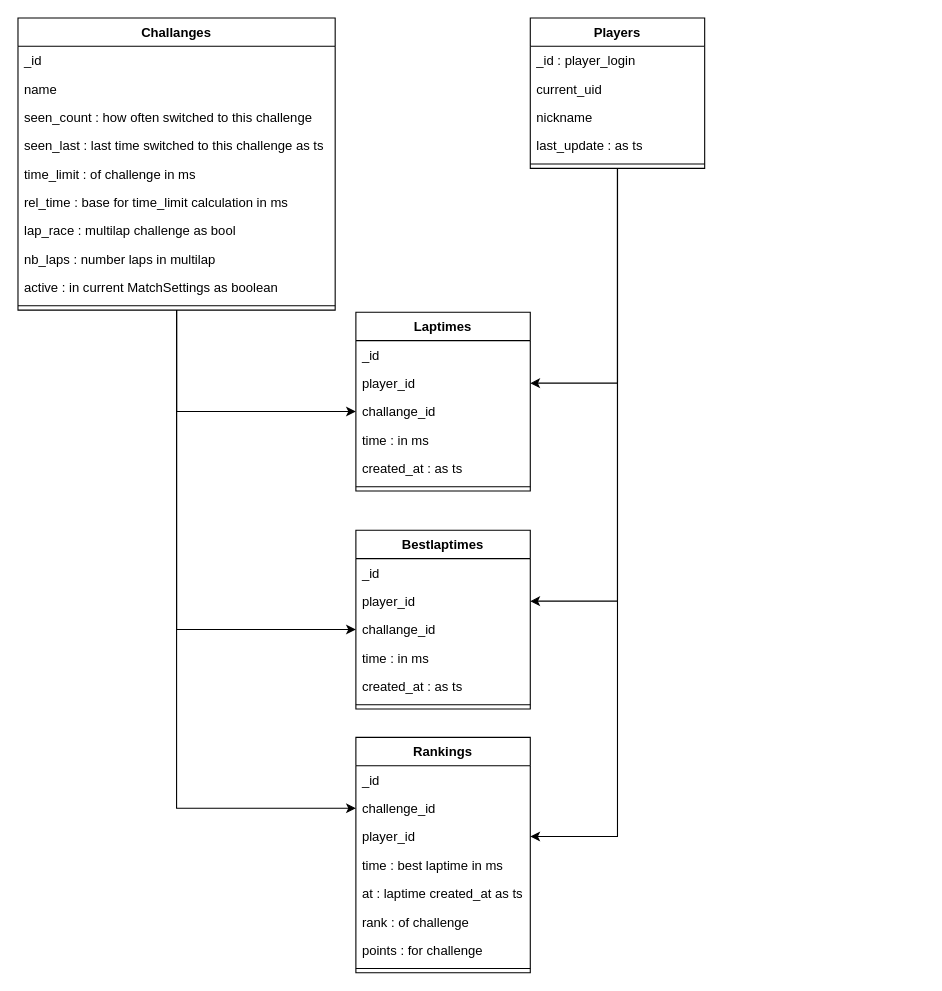
Earlier version of the draw.io diagram tas/db_layout.drawio (nils-ost/TMNF-TimeAttackServer). Source tidied: cells renumbered, new cells numbered last; positions are measured from the earlier drawing's top-left corner, leaving out a move shared by most shapes. Both pictures are drawn from the tidied source at 109%, with x=0, y=0 at pixel (17, 17).
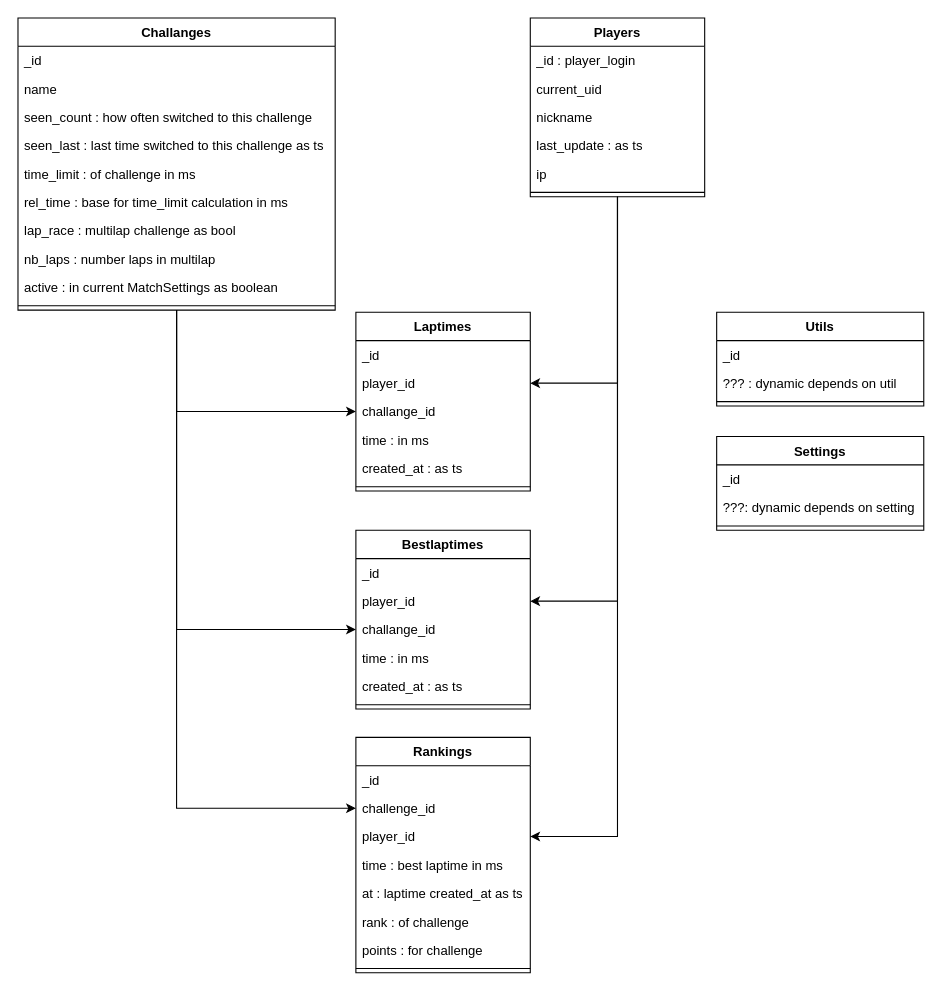
The same page after the edit.

Commit message (it also covers changes not shown here):
new settings attributes; more CLI functions

Change to the diagram source:
```diff
@@
     <mxCell id="5" value="Players" style="swimlane;fontStyle=1;align=center;verticalAlign=top;horizontal=1;startSize=26;" parent="1" vertex="1">
-      <mxGeometry x="470" width="160" height="138" as="geometry" />
+      <mxGeometry x="470" width="160" height="164" as="geometry" />
     </mxCell>
@@
+    <mxCell id="48" value="ip" style="text;strokeColor=none;fillColor=none;align=left;verticalAlign=top;spacingLeft=4;spacingRight=4;overflow=hidden;" parent="5" vertex="1">
+      <mxGeometry y="130" width="160" height="26" as="geometry" />
+    </mxCell>
     <mxCell id="10" style="line;strokeWidth=1;fillColor=none;align=left;verticalAlign=middle;spacingTop=-1;spacingLeft=3;spacingRight=3;labelPosition=right;" parent="5" vertex="1">
-      <mxGeometry y="130" width="160" height="8" as="geometry" />
+      <mxGeometry y="156" width="160" height="8" as="geometry" />
     </mxCell>
@@
+    <mxCell id="49" value="Utils" style="swimlane;fontStyle=1;align=center;verticalAlign=top;horizontal=1;startSize=26;" parent="1" vertex="1">
+      <mxGeometry x="641" y="270" width="190" height="86" as="geometry" />
+    </mxCell>
+    <mxCell id="50" value="_id" style="text;strokeColor=none;fillColor=none;align=left;verticalAlign=top;spacingLeft=4;spacingRight=4;overflow=hidden;" parent="49" vertex="1">
+      <mxGeometry y="26" width="190" height="26" as="geometry" />
+    </mxCell>
+    <mxCell id="51" value="??? : dynamic depends on util" style="text;strokeColor=none;fillColor=none;align=left;verticalAlign=top;spacingLeft=4;spacingRight=4;overflow=hidden;" parent="49" vertex="1">
+      <mxGeometry y="52" width="190" height="26" as="geometry" />
+    </mxCell>
+    <mxCell id="52" style="line;strokeWidth=1;fillColor=none;align=left;verticalAlign=middle;spacingTop=-1;spacingLeft=3;spacingRight=3;labelPosition=right;" parent="49" vertex="1">
+      <mxGeometry y="78" width="190" height="8" as="geometry" />
+    </mxCell>
+    <mxCell id="53" value="Settings" style="swimlane;fontStyle=1;align=center;verticalAlign=top;horizontal=1;startSize=26;" parent="1" vertex="1">
+      <mxGeometry x="641" y="384" width="190" height="86" as="geometry" />
+    </mxCell>
+    <mxCell id="54" value="_id" style="text;strokeColor=none;fillColor=none;align=left;verticalAlign=top;spacingLeft=4;spacingRight=4;overflow=hidden;" parent="53" vertex="1">
+      <mxGeometry y="26" width="190" height="26" as="geometry" />
+    </mxCell>
+    <mxCell id="55" value="???: dynamic depends on setting" style="text;strokeColor=none;fillColor=none;align=left;verticalAlign=top;spacingLeft=4;spacingRight=4;overflow=hidden;" parent="53" vertex="1">
+      <mxGeometry y="52" width="190" height="26" as="geometry" />
+    </mxCell>
+    <mxCell id="56" style="line;strokeWidth=1;fillColor=none;align=left;verticalAlign=middle;spacingTop=-1;spacingLeft=3;spacingRight=3;labelPosition=right;" parent="53" vertex="1">
+      <mxGeometry y="78" width="190" height="8" as="geometry" />
+    </mxCell>
```
